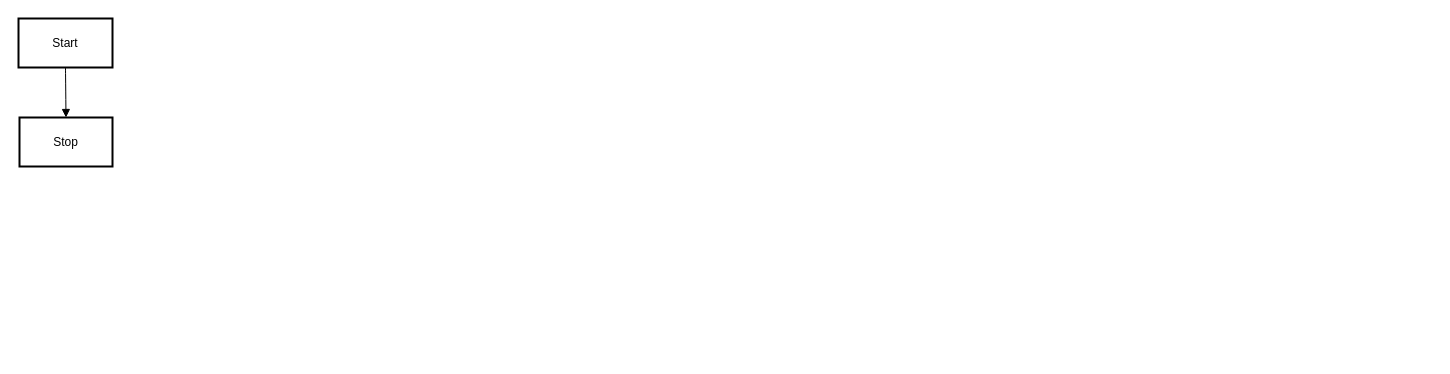
Before: Conway_Layer_Recurrence_Logic_Layer.drawio in rebelclause/AI, a draw.io diagram. Source tidied: cells renumbered, new cells numbered last; positions are measured from the earlier drawing's top-left corner, leaving out a move shared by most shapes. Both pictures are drawn from the tidied source at 100%, with x=0, y=0 at pixel (18, 18).
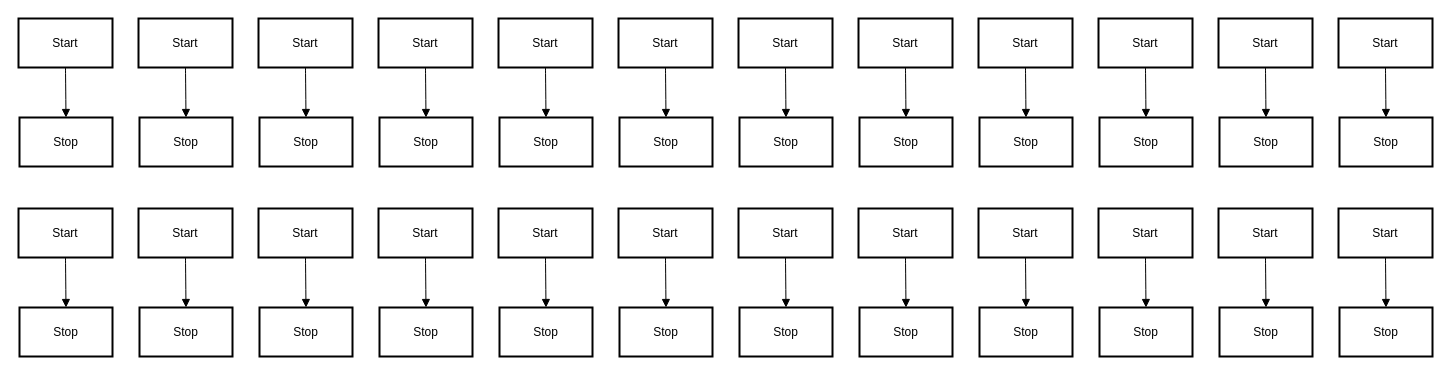
The same page after the edit.

The edit, as a diff of the source:
```diff
@@
+    <mxCell id="5" value="Start" style="whiteSpace=wrap;strokeWidth=2;" parent="1" vertex="1">
+      <mxGeometry x="120" width="94" height="49" as="geometry" />
+    </mxCell>
+    <mxCell id="6" value="Stop" style="whiteSpace=wrap;strokeWidth=2;" parent="1" vertex="1">
+      <mxGeometry x="121" y="99" width="93" height="49" as="geometry" />
+    </mxCell>
+    <mxCell id="7" style="curved=1;startArrow=none;endArrow=block;exitX=0.5;exitY=1;entryX=0.5;entryY=0;" parent="1" edge="1" source="5" target="6">
+      <mxGeometry relative="1" as="geometry" />
+    </mxCell>
+    <mxCell id="8" value="Start" style="whiteSpace=wrap;strokeWidth=2;" parent="1" vertex="1">
+      <mxGeometry x="240" width="94" height="49" as="geometry" />
+    </mxCell>
+    <mxCell id="9" value="Stop" style="whiteSpace=wrap;strokeWidth=2;" parent="1" vertex="1">
+      <mxGeometry x="241" y="99" width="93" height="49" as="geometry" />
+    </mxCell>
+    <mxCell id="10" style="curved=1;startArrow=none;endArrow=block;exitX=0.5;exitY=1;entryX=0.5;entryY=0;" parent="1" edge="1" source="8" target="9">
+      <mxGeometry relative="1" as="geometry" />
+    </mxCell>
+    <mxCell id="11" value="Start" style="whiteSpace=wrap;strokeWidth=2;" parent="1" vertex="1">
+      <mxGeometry x="360" width="94" height="49" as="geometry" />
+    </mxCell>
+    <mxCell id="12" value="Stop" style="whiteSpace=wrap;strokeWidth=2;" parent="1" vertex="1">
+      <mxGeometry x="361" y="99" width="93" height="49" as="geometry" />
+    </mxCell>
+    <mxCell id="13" style="curved=1;startArrow=none;endArrow=block;exitX=0.5;exitY=1;entryX=0.5;entryY=0;" parent="1" edge="1" source="11" target="12">
+      <mxGeometry relative="1" as="geometry" />
+    </mxCell>
+    <mxCell id="14" value="Start" style="whiteSpace=wrap;strokeWidth=2;" parent="1" vertex="1">
+      <mxGeometry x="480" width="94" height="49" as="geometry" />
+    </mxCell>
+    <mxCell id="15" value="Stop" style="whiteSpace=wrap;strokeWidth=2;" parent="1" vertex="1">
+      <mxGeometry x="481" y="99" width="93" height="49" as="geometry" />
+    </mxCell>
+    <mxCell id="16" style="curved=1;startArrow=none;endArrow=block;exitX=0.5;exitY=1;entryX=0.5;entryY=0;" parent="1" edge="1" source="14" target="15">
+      <mxGeometry relative="1" as="geometry" />
+    </mxCell>
+    <mxCell id="17" value="Start" style="whiteSpace=wrap;strokeWidth=2;" parent="1" vertex="1">
+      <mxGeometry x="600" width="94" height="49" as="geometry" />
+    </mxCell>
+    <mxCell id="18" value="Stop" style="whiteSpace=wrap;strokeWidth=2;" parent="1" vertex="1">
+      <mxGeometry x="601" y="99" width="93" height="49" as="geometry" />
+    </mxCell>
+    <mxCell id="19" style="curved=1;startArrow=none;endArrow=block;exitX=0.5;exitY=1;entryX=0.5;entryY=0;" parent="1" edge="1" source="17" target="18">
+      <mxGeometry relative="1" as="geometry" />
+    </mxCell>
+    <mxCell id="20" value="Start" style="whiteSpace=wrap;strokeWidth=2;" parent="1" vertex="1">
+      <mxGeometry x="720" width="94" height="49" as="geometry" />
+    </mxCell>
+    <mxCell id="21" value="Stop" style="whiteSpace=wrap;strokeWidth=2;" parent="1" vertex="1">
+      <mxGeometry x="721" y="99" width="93" height="49" as="geometry" />
+    </mxCell>
+    <mxCell id="22" style="curved=1;startArrow=none;endArrow=block;exitX=0.5;exitY=1;entryX=0.5;entryY=0;" parent="1" edge="1" source="20" target="21">
+      <mxGeometry relative="1" as="geometry" />
+    </mxCell>
+    <mxCell id="23" value="Start" style="whiteSpace=wrap;strokeWidth=2;" parent="1" vertex="1">
+      <mxGeometry x="840" width="94" height="49" as="geometry" />
+    </mxCell>
+    <mxCell id="24" value="Stop" style="whiteSpace=wrap;strokeWidth=2;" parent="1" vertex="1">
+      <mxGeometry x="841" y="99" width="93" height="49" as="geometry" />
+    </mxCell>
+    <mxCell id="25" style="curved=1;startArrow=none;endArrow=block;exitX=0.5;exitY=1;entryX=0.5;entryY=0;" parent="1" edge="1" source="23" target="24">
+      <mxGeometry relative="1" as="geometry" />
+    </mxCell>
+    <mxCell id="26" value="Start" style="whiteSpace=wrap;strokeWidth=2;" parent="1" vertex="1">
+      <mxGeometry x="960" width="94" height="49" as="geometry" />
+    </mxCell>
+    <mxCell id="27" value="Stop" style="whiteSpace=wrap;strokeWidth=2;" parent="1" vertex="1">
+      <mxGeometry x="961" y="99" width="93" height="49" as="geometry" />
+    </mxCell>
+    <mxCell id="28" style="curved=1;startArrow=none;endArrow=block;exitX=0.5;exitY=1;entryX=0.5;entryY=0;" parent="1" edge="1" source="26" target="27">
+      <mxGeometry relative="1" as="geometry" />
+    </mxCell>
+    <mxCell id="29" value="Start" style="whiteSpace=wrap;strokeWidth=2;" parent="1" vertex="1">
+      <mxGeometry x="1080" width="94" height="49" as="geometry" />
+    </mxCell>
+    <mxCell id="30" value="Stop" style="whiteSpace=wrap;strokeWidth=2;" parent="1" vertex="1">
+      <mxGeometry x="1081" y="99" width="93" height="49" as="geometry" />
+    </mxCell>
+    <mxCell id="31" style="curved=1;startArrow=none;endArrow=block;exitX=0.5;exitY=1;entryX=0.5;entryY=0;" parent="1" edge="1" source="29" target="30">
+      <mxGeometry relative="1" as="geometry" />
+    </mxCell>
+    <mxCell id="32" value="Start" style="whiteSpace=wrap;strokeWidth=2;" parent="1" vertex="1">
+      <mxGeometry x="1200" width="94" height="49" as="geometry" />
+    </mxCell>
+    <mxCell id="33" value="Stop" style="whiteSpace=wrap;strokeWidth=2;" parent="1" vertex="1">
+      <mxGeometry x="1201" y="99" width="93" height="49" as="geometry" />
+    </mxCell>
+    <mxCell id="34" style="curved=1;startArrow=none;endArrow=block;exitX=0.5;exitY=1;entryX=0.5;entryY=0;" parent="1" edge="1" source="32" target="33">
+      <mxGeometry relative="1" as="geometry" />
+    </mxCell>
+    <mxCell id="35" value="Start" style="whiteSpace=wrap;strokeWidth=2;" parent="1" vertex="1">
+      <mxGeometry x="1320" width="94" height="49" as="geometry" />
+    </mxCell>
+    <mxCell id="36" value="Stop" style="whiteSpace=wrap;strokeWidth=2;" parent="1" vertex="1">
+      <mxGeometry x="1321" y="99" width="93" height="49" as="geometry" />
+    </mxCell>
+    <mxCell id="37" style="curved=1;startArrow=none;endArrow=block;exitX=0.5;exitY=1;entryX=0.5;entryY=0;" parent="1" edge="1" source="35" target="36">
+      <mxGeometry relative="1" as="geometry" />
+    </mxCell>
+    <mxCell id="38" value="Start" style="whiteSpace=wrap;strokeWidth=2;" parent="1" vertex="1">
+      <mxGeometry y="190" width="94" height="49" as="geometry" />
+    </mxCell>
+    <mxCell id="39" value="Stop" style="whiteSpace=wrap;strokeWidth=2;" parent="1" vertex="1">
+      <mxGeometry x="1" y="289" width="93" height="49" as="geometry" />
+    </mxCell>
+    <mxCell id="40" style="curved=1;startArrow=none;endArrow=block;exitX=0.5;exitY=1;entryX=0.5;entryY=0;" parent="1" edge="1" source="38" target="39">
+      <mxGeometry relative="1" as="geometry" />
+    </mxCell>
+    <mxCell id="41" value="Start" style="whiteSpace=wrap;strokeWidth=2;" parent="1" vertex="1">
+      <mxGeometry x="120" y="190" width="94" height="49" as="geometry" />
+    </mxCell>
+    <mxCell id="42" value="Stop" style="whiteSpace=wrap;strokeWidth=2;" parent="1" vertex="1">
+      <mxGeometry x="121" y="289" width="93" height="49" as="geometry" />
+    </mxCell>
+    <mxCell id="43" style="curved=1;startArrow=none;endArrow=block;exitX=0.5;exitY=1;entryX=0.5;entryY=0;" parent="1" edge="1" source="41" target="42">
+      <mxGeometry relative="1" as="geometry" />
+    </mxCell>
+    <mxCell id="44" value="Start" style="whiteSpace=wrap;strokeWidth=2;" parent="1" vertex="1">
+      <mxGeometry x="240" y="190" width="94" height="49" as="geometry" />
+    </mxCell>
+    <mxCell id="45" value="Stop" style="whiteSpace=wrap;strokeWidth=2;" parent="1" vertex="1">
+      <mxGeometry x="241" y="289" width="93" height="49" as="geometry" />
+    </mxCell>
+    <mxCell id="46" style="curved=1;startArrow=none;endArrow=block;exitX=0.5;exitY=1;entryX=0.5;entryY=0;" parent="1" edge="1" source="44" target="45">
+      <mxGeometry relative="1" as="geometry" />
+    </mxCell>
+    <mxCell id="47" value="Start" style="whiteSpace=wrap;strokeWidth=2;" parent="1" vertex="1">
+      <mxGeometry x="360" y="190" width="94" height="49" as="geometry" />
+    </mxCell>
+    <mxCell id="48" value="Stop" style="whiteSpace=wrap;strokeWidth=2;" parent="1" vertex="1">
+      <mxGeometry x="361" y="289" width="93" height="49" as="geometry" />
+    </mxCell>
+    <mxCell id="49" style="curved=1;startArrow=none;endArrow=block;exitX=0.5;exitY=1;entryX=0.5;entryY=0;" parent="1" edge="1" source="47" target="48">
+      <mxGeometry relative="1" as="geometry" />
+    </mxCell>
+    <mxCell id="50" value="Start" style="whiteSpace=wrap;strokeWidth=2;" parent="1" vertex="1">
+      <mxGeometry x="480" y="190" width="94" height="49" as="geometry" />
+    </mxCell>
+    <mxCell id="51" value="Stop" style="whiteSpace=wrap;strokeWidth=2;" parent="1" vertex="1">
+      <mxGeometry x="481" y="289" width="93" height="49" as="geometry" />
+    </mxCell>
+    <mxCell id="52" style="curved=1;startArrow=none;endArrow=block;exitX=0.5;exitY=1;entryX=0.5;entryY=0;" parent="1" edge="1" source="50" target="51">
+      <mxGeometry relative="1" as="geometry" />
+    </mxCell>
+    <mxCell id="53" value="Start" style="whiteSpace=wrap;strokeWidth=2;" parent="1" vertex="1">
+      <mxGeometry x="600" y="190" width="94" height="49" as="geometry" />
+    </mxCell>
+    <mxCell id="54" value="Stop" style="whiteSpace=wrap;strokeWidth=2;" parent="1" vertex="1">
+      <mxGeometry x="601" y="289" width="93" height="49" as="geometry" />
+    </mxCell>
+    <mxCell id="55" style="curved=1;startArrow=none;endArrow=block;exitX=0.5;exitY=1;entryX=0.5;entryY=0;" parent="1" edge="1" source="53" target="54">
+      <mxGeometry relative="1" as="geometry" />
+    </mxCell>
+    <mxCell id="56" value="Start" style="whiteSpace=wrap;strokeWidth=2;" parent="1" vertex="1">
+      <mxGeometry x="720" y="190" width="94" height="49" as="geometry" />
+    </mxCell>
+    <mxCell id="57" value="Stop" style="whiteSpace=wrap;strokeWidth=2;" parent="1" vertex="1">
+      <mxGeometry x="721" y="289" width="93" height="49" as="geometry" />
+    </mxCell>
+    <mxCell id="58" style="curved=1;startArrow=none;endArrow=block;exitX=0.5;exitY=1;entryX=0.5;entryY=0;" parent="1" edge="1" source="56" target="57">
+      <mxGeometry relative="1" as="geometry" />
+    </mxCell>
+    <mxCell id="59" value="Start" style="whiteSpace=wrap;strokeWidth=2;" parent="1" vertex="1">
+      <mxGeometry x="840" y="190" width="94" height="49" as="geometry" />
+    </mxCell>
+    <mxCell id="60" value="Stop" style="whiteSpace=wrap;strokeWidth=2;" parent="1" vertex="1">
+      <mxGeometry x="841" y="289" width="93" height="49" as="geometry" />
+    </mxCell>
+    <mxCell id="61" style="curved=1;startArrow=none;endArrow=block;exitX=0.5;exitY=1;entryX=0.5;entryY=0;" parent="1" edge="1" source="59" target="60">
+      <mxGeometry relative="1" as="geometry" />
+    </mxCell>
+    <mxCell id="62" value="Start" style="whiteSpace=wrap;strokeWidth=2;" parent="1" vertex="1">
+      <mxGeometry x="960" y="190" width="94" height="49" as="geometry" />
+    </mxCell>
+    <mxCell id="63" value="Stop" style="whiteSpace=wrap;strokeWidth=2;" parent="1" vertex="1">
+      <mxGeometry x="961" y="289" width="93" height="49" as="geometry" />
+    </mxCell>
+    <mxCell id="64" style="curved=1;startArrow=none;endArrow=block;exitX=0.5;exitY=1;entryX=0.5;entryY=0;" parent="1" edge="1" source="62" target="63">
+      <mxGeometry relative="1" as="geometry" />
+    </mxCell>
+    <mxCell id="65" value="Start" style="whiteSpace=wrap;strokeWidth=2;" parent="1" vertex="1">
+      <mxGeometry x="1080" y="190" width="94" height="49" as="geometry" />
+    </mxCell>
+    <mxCell id="66" value="Stop" style="whiteSpace=wrap;strokeWidth=2;" parent="1" vertex="1">
+      <mxGeometry x="1081" y="289" width="93" height="49" as="geometry" />
+    </mxCell>
+    <mxCell id="67" style="curved=1;startArrow=none;endArrow=block;exitX=0.5;exitY=1;entryX=0.5;entryY=0;" parent="1" edge="1" source="65" target="66">
+      <mxGeometry relative="1" as="geometry" />
+    </mxCell>
+    <mxCell id="68" value="Start" style="whiteSpace=wrap;strokeWidth=2;" parent="1" vertex="1">
+      <mxGeometry x="1200" y="190" width="94" height="49" as="geometry" />
+    </mxCell>
+    <mxCell id="69" value="Stop" style="whiteSpace=wrap;strokeWidth=2;" parent="1" vertex="1">
+      <mxGeometry x="1201" y="289" width="93" height="49" as="geometry" />
+    </mxCell>
+    <mxCell id="70" style="curved=1;startArrow=none;endArrow=block;exitX=0.5;exitY=1;entryX=0.5;entryY=0;" parent="1" edge="1" source="68" target="69">
+      <mxGeometry relative="1" as="geometry" />
+    </mxCell>
+    <mxCell id="71" value="Start" style="whiteSpace=wrap;strokeWidth=2;" parent="1" vertex="1">
+      <mxGeometry x="1320" y="190" width="94" height="49" as="geometry" />
+    </mxCell>
+    <mxCell id="72" value="Stop" style="whiteSpace=wrap;strokeWidth=2;" parent="1" vertex="1">
+      <mxGeometry x="1321" y="289" width="93" height="49" as="geometry" />
+    </mxCell>
+    <mxCell id="73" style="curved=1;startArrow=none;endArrow=block;exitX=0.5;exitY=1;entryX=0.5;entryY=0;" parent="1" edge="1" source="71" target="72">
+      <mxGeometry relative="1" as="geometry" />
+    </mxCell>
```
